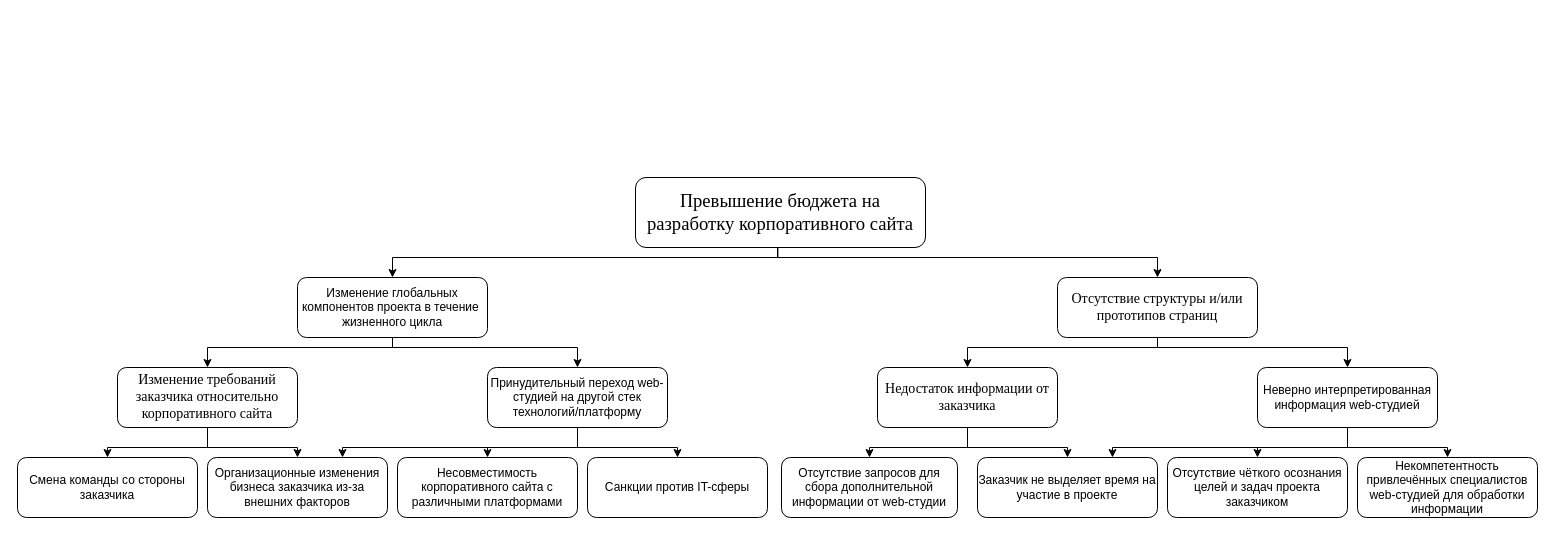
Above: page "Дерево причин" (7 of 8) of 3 курс/5 семестр/ТСиСА/Курсовая/модели2ч.drawio in Luzinsan/tusur (draw.io), before the change. Source tidied: cells renumbered, new cells numbered last; positions are measured from the earlier drawing's top-left corner, leaving out a move shared by most shapes. Both pictures are drawn from the tidied source at 100%, with x=0, y=0 at pixel (17, 177).
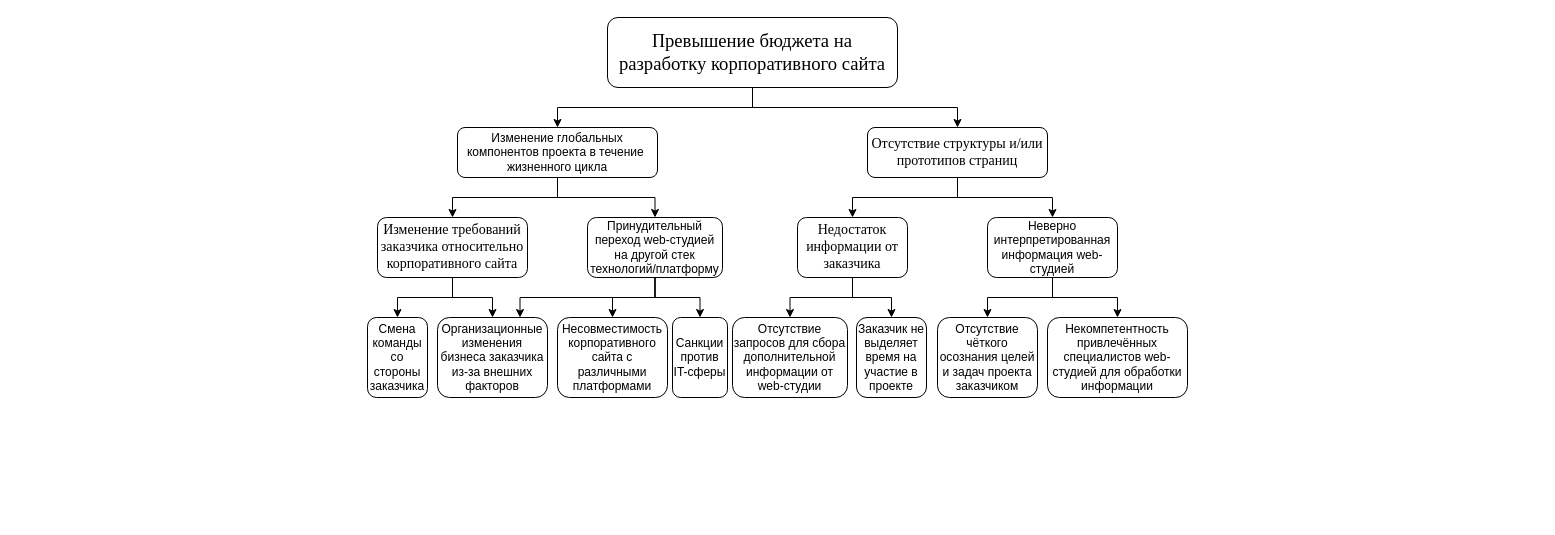
After the change.

Change to the diagram source:
```diff
@@
-    <mxCell id="2" style="edgeStyle=orthogonalEdgeStyle;rounded=0;jettySize=auto;html=1;entryX=0.5;entryY=0;entryDx=0;entryDy=0;exitX=0.5;exitY=1;exitDx=0;exitDy=0;" parent="1" edge="1" source="4" target="7">
-      <mxGeometry relative="1" as="geometry">
-        <Array as="points">
-          <mxPoint x="760" y="70" />
-          <mxPoint x="760" y="80" />
-          <mxPoint x="375" y="80" />
-        </Array>
-      </mxGeometry>
+    <mxCell id="2" style="edgeStyle=orthogonalEdgeStyle;rounded=0;jettySize=auto;html=1;" parent="1" edge="1" source="4" target="7">
+      <mxGeometry relative="1" as="geometry" />
     </mxCell>
-    <mxCell id="3" style="edgeStyle=orthogonalEdgeStyle;rounded=0;jettySize=auto;html=1;exitX=0.491;exitY=1.008;exitDx=0;exitDy=0;exitPerimeter=0;entryX=0.5;entryY=0;entryDx=0;entryDy=0;" parent="1" edge="1" source="4" target="10">
-      <mxGeometry relative="1" as="geometry">
-        <Array as="points">
-          <mxPoint x="760" y="80" />
-          <mxPoint x="1140" y="80" />
-        </Array>
-      </mxGeometry>
+    <mxCell id="3" style="edgeStyle=orthogonalEdgeStyle;rounded=0;jettySize=auto;html=1;entryX=0.5;entryY=0;entryDx=0;entryDy=0;" parent="1" edge="1" source="4" target="10">
+      <mxGeometry relative="1" as="geometry" />
     </mxCell>
     <mxCell id="4" value="&lt;div style=&quot;text-align: center; text-indent: 0px;&quot;&gt;&lt;span style=&quot;background-color: transparent; text-align: left; text-indent: 1.25cm; font-size: 18px;&quot;&gt;&lt;font face=&quot;Times New Roman&quot;&gt;П&lt;/font&gt;&lt;/span&gt;&lt;span style=&quot;background-color: transparent; font-family: &amp;quot;Times New Roman&amp;quot;, serif; font-size: 14pt; text-align: left; text-indent: 1.25cm;&quot;&gt;ревышение бюджета на разработку корпоративного сайта&lt;/span&gt;&lt;/div&gt;" style="rounded=1;whiteSpace=wrap;html=1;" parent="1" vertex="1">
-      <mxGeometry x="618" width="290" height="70" as="geometry" />
+      <mxGeometry x="590" y="-160" width="290" height="70" as="geometry" />
     </mxCell>
-    <mxCell id="5" style="edgeStyle=orthogonalEdgeStyle;rounded=0;jettySize=auto;html=1;fontFamily=Times New Roman;fontSize=14;exitX=0.5;exitY=1;exitDx=0;exitDy=0;entryX=0.5;entryY=0;entryDx=0;entryDy=0;" parent="1" edge="1" source="7" target="13">
-      <mxGeometry relative="1" as="geometry">
-        <Array as="points">
-          <mxPoint x="375" y="170" />
-          <mxPoint x="190" y="170" />
-        </Array>
-      </mxGeometry>
+    <mxCell id="5" style="edgeStyle=orthogonalEdgeStyle;rounded=0;jettySize=auto;html=1;entryX=0.5;entryY=0;entryDx=0;entryDy=0;" parent="1" edge="1" source="7" target="13">
+      <mxGeometry relative="1" as="geometry" />
     </mxCell>
-    <mxCell id="6" style="edgeStyle=orthogonalEdgeStyle;rounded=0;jettySize=auto;html=1;exitX=0.5;exitY=1;exitDx=0;exitDy=0;entryX=0.5;entryY=0;entryDx=0;entryDy=0;fontFamily=Times New Roman;fontSize=14;" parent="1" edge="1" source="7" target="17">
-      <mxGeometry relative="1" as="geometry">
-        <Array as="points">
-          <mxPoint x="375" y="170" />
-          <mxPoint x="560" y="170" />
-        </Array>
-      </mxGeometry>
+    <mxCell id="6" style="edgeStyle=orthogonalEdgeStyle;rounded=0;jettySize=auto;html=1;entryX=0.5;entryY=0;entryDx=0;entryDy=0;" parent="1" edge="1" source="7" target="17">
+      <mxGeometry relative="1" as="geometry" />
     </mxCell>
     <mxCell id="7" value="Изменение глобальных компонентов проекта в течение&amp;nbsp; жизненного цикла" style="rounded=1;whiteSpace=wrap;html=1;" parent="1" vertex="1">
-      <mxGeometry x="280" y="100" width="190" height="60" as="geometry" />
+      <mxGeometry x="440" y="-50" width="200" height="50" as="geometry" />
     </mxCell>
     <mxCell id="8" style="edgeStyle=orthogonalEdgeStyle;rounded=0;jettySize=auto;html=1;entryX=0.5;entryY=0;entryDx=0;entryDy=0;" parent="1" edge="1" source="10" target="20">
-      <mxGeometry relative="1" as="geometry">
-        <Array as="points">
-          <mxPoint x="1140" y="170" />
-          <mxPoint x="950" y="170" />
-        </Array>
-      </mxGeometry>
+      <mxGeometry relative="1" as="geometry" />
     </mxCell>
     <mxCell id="9" style="edgeStyle=orthogonalEdgeStyle;rounded=0;jettySize=auto;html=1;entryX=0.5;entryY=0;entryDx=0;entryDy=0;" parent="1" edge="1" source="10" target="24">
-      <mxGeometry relative="1" as="geometry">
-        <Array as="points">
-          <mxPoint x="1140" y="170" />
-          <mxPoint x="1330" y="170" />
-        </Array>
-      </mxGeometry>
+      <mxGeometry relative="1" as="geometry" />
     </mxCell>
     <mxCell id="10" value="Отсутствие структуры и/или прототипов страниц" style="rounded=1;whiteSpace=wrap;html=1;fontFamily=Times New Roman;fontSize=14;" parent="1" vertex="1">
-      <mxGeometry x="1040" y="100" width="200" height="60" as="geometry" />
+      <mxGeometry x="850" y="-50" width="180" height="50" as="geometry" />
     </mxCell>
@@
     <mxCell id="13" value="Изменение требований заказчика относительно корпоративного сайта" style="rounded=1;whiteSpace=wrap;html=1;fontFamily=Times New Roman;fontSize=14;" parent="1" vertex="1">
-      <mxGeometry x="100" y="190" width="180" height="60" as="geometry" />
+      <mxGeometry x="360" y="40" width="150" height="60" as="geometry" />
     </mxCell>
+    <mxCell id="16" style="edgeStyle=orthogonalEdgeStyle;rounded=0;jettySize=auto;html=1;entryX=0.75;entryY=0;entryDx=0;entryDy=0;" parent="1" edge="1" source="17" target="26">
+      <mxGeometry relative="1" as="geometry">
+        <Array as="points">
+          <mxPoint x="638" y="120" />
+          <mxPoint x="503" y="120" />
+        </Array>
+      </mxGeometry>
+    </mxCell>
+    <mxCell id="15" style="edgeStyle=orthogonalEdgeStyle;rounded=0;jettySize=auto;html=1;entryX=0.5;entryY=0;entryDx=0;entryDy=0;" parent="1" edge="1" source="17" target="30">
+      <mxGeometry relative="1" as="geometry" />
+    </mxCell>
@@
-    <mxCell id="15" style="edgeStyle=orthogonalEdgeStyle;rounded=0;jettySize=auto;html=1;entryX=0.5;entryY=0;entryDx=0;entryDy=0;" parent="1" edge="1" source="17" target="30">
-      <mxGeometry relative="1" as="geometry" />
-    </mxCell>
-    <mxCell id="16" style="edgeStyle=orthogonalEdgeStyle;rounded=0;jettySize=auto;html=1;entryX=0.75;entryY=0;entryDx=0;entryDy=0;" parent="1" edge="1" source="17" target="26">
-      <mxGeometry relative="1" as="geometry">
-        <Array as="points">
-          <mxPoint x="560" y="270" />
-          <mxPoint x="325" y="270" />
-        </Array>
-      </mxGeometry>
-    </mxCell>
     <mxCell id="17" value="Принудительный переход web-студией на другой стек технологий/платформу" style="rounded=1;whiteSpace=wrap;html=1;" parent="1" vertex="1">
-      <mxGeometry x="470" y="190" width="180" height="60" as="geometry" />
+      <mxGeometry x="570" y="40" width="135" height="60" as="geometry" />
     </mxCell>
+    <mxCell id="19" style="edgeStyle=orthogonalEdgeStyle;rounded=0;jettySize=auto;html=1;entryX=0.5;entryY=0;entryDx=0;entryDy=0;" parent="1" edge="1" source="20" target="28">
+      <mxGeometry relative="1" as="geometry" />
+    </mxCell>
-    <mxCell id="18" style="edgeStyle=orthogonalEdgeStyle;rounded=0;jettySize=auto;html=1;entryX=0.5;entryY=0;entryDx=0;entryDy=0;exitX=0.5;exitY=1;exitDx=0;exitDy=0;" parent="1" edge="1" source="20" target="27">
-      <mxGeometry relative="1" as="geometry">
-        <Array as="points">
-          <mxPoint x="950" y="270" />
-          <mxPoint x="1050" y="270" />
-        </Array>
-      </mxGeometry>
+    <mxCell id="18" style="edgeStyle=orthogonalEdgeStyle;rounded=0;jettySize=auto;html=1;entryX=0.5;entryY=0;entryDx=0;entryDy=0;" parent="1" edge="1" source="20" target="27">
+      <mxGeometry relative="1" as="geometry" />
     </mxCell>
-    <mxCell id="19" style="edgeStyle=orthogonalEdgeStyle;rounded=0;jettySize=auto;html=1;entryX=0.5;entryY=0;entryDx=0;entryDy=0;" parent="1" edge="1" source="20" target="28">
-      <mxGeometry relative="1" as="geometry" />
-    </mxCell>
     <mxCell id="20" value="&lt;font face=&quot;Times New Roman&quot;&gt;&lt;span style=&quot;font-size: 14px;&quot;&gt;Недостаток информации от заказчика&lt;/span&gt;&lt;/font&gt;" style="rounded=1;whiteSpace=wrap;html=1;" parent="1" vertex="1">
-      <mxGeometry x="860" y="190" width="180" height="60" as="geometry" />
+      <mxGeometry x="780" y="40" width="110" height="60" as="geometry" />
     </mxCell>
@@
-    <mxCell id="22" style="edgeStyle=orthogonalEdgeStyle;rounded=0;jettySize=auto;html=1;" parent="1" edge="1" source="24" target="31">
+    <mxCell id="22" style="edgeStyle=orthogonalEdgeStyle;rounded=0;jettySize=auto;html=1;entryX=0.5;entryY=0;entryDx=0;entryDy=0;" parent="1" edge="1" source="24" target="31">
       <mxGeometry relative="1" as="geometry" />
     </mxCell>
-    <mxCell id="23" style="edgeStyle=orthogonalEdgeStyle;rounded=0;jettySize=auto;html=1;entryX=0.75;entryY=0;entryDx=0;entryDy=0;" parent="1" edge="1" source="24" target="27">
-      <mxGeometry relative="1" as="geometry">
-        <Array as="points">
-          <mxPoint x="1330" y="270" />
-          <mxPoint x="1095" y="270" />
-        </Array>
-      </mxGeometry>
-    </mxCell>
     <mxCell id="24" value="Неверно интерпретированная информация web-студией" style="rounded=1;whiteSpace=wrap;html=1;" parent="1" vertex="1">
-      <mxGeometry x="1240" y="190" width="180" height="60" as="geometry" />
+      <mxGeometry x="970" y="40" width="130" height="60" as="geometry" />
     </mxCell>
     <mxCell id="25" value="Смена команды со стороны заказчика" style="rounded=1;whiteSpace=wrap;html=1;" parent="1" vertex="1">
-      <mxGeometry y="280" width="180" height="60" as="geometry" />
+      <mxGeometry x="350" y="140" width="60" height="80" as="geometry" />
     </mxCell>
     <mxCell id="26" value="Организационные изменения бизнеса заказчика из-за внешних факторов" style="rounded=1;whiteSpace=wrap;html=1;" parent="1" vertex="1">
-      <mxGeometry x="190" y="280" width="180" height="60" as="geometry" />
+      <mxGeometry x="420" y="140" width="110" height="80" as="geometry" />
     </mxCell>
     <mxCell id="27" value="Заказчик не выделяет время на участие в проекте" style="rounded=1;whiteSpace=wrap;html=1;" parent="1" vertex="1">
-      <mxGeometry x="960" y="280" width="180" height="60" as="geometry" />
+      <mxGeometry x="839" y="140" width="70" height="80" as="geometry" />
     </mxCell>
     <mxCell id="28" value="Отсутствие запросов для сбора дополнительной информации от web-студии" style="rounded=1;whiteSpace=wrap;html=1;" parent="1" vertex="1">
-      <mxGeometry x="764" y="280" width="176" height="60" as="geometry" />
+      <mxGeometry x="715" y="140" width="115" height="80" as="geometry" />
     </mxCell>
     <mxCell id="29" value="Отсутствие чёткого осознания целей и задач проекта заказчиком" style="rounded=1;whiteSpace=wrap;html=1;" parent="1" vertex="1">
-      <mxGeometry x="1150" y="280" width="180" height="60" as="geometry" />
+      <mxGeometry x="920" y="140" width="100" height="80" as="geometry" />
     </mxCell>
     <mxCell id="30" value="Несовместимость корпоративного сайта с различными платформами" style="rounded=1;whiteSpace=wrap;html=1;" parent="1" vertex="1">
-      <mxGeometry x="380" y="280" width="180" height="60" as="geometry" />
+      <mxGeometry x="540" y="140" width="110" height="80" as="geometry" />
     </mxCell>
     <mxCell id="31" value="Некомпетентность привлечённых специалистов web-студией для обработки информации" style="rounded=1;whiteSpace=wrap;html=1;" parent="1" vertex="1">
-      <mxGeometry x="1340" y="280" width="180" height="60" as="geometry" />
+      <mxGeometry x="1030" y="140" width="140" height="80" as="geometry" />
     </mxCell>
     <mxCell id="32" value="Санкции против IT-сферы" style="rounded=1;whiteSpace=wrap;html=1;" parent="1" vertex="1">
-      <mxGeometry x="570" y="280" width="180" height="60" as="geometry" />
+      <mxGeometry x="655" y="140" width="55" height="80" as="geometry" />
     </mxCell>
```
